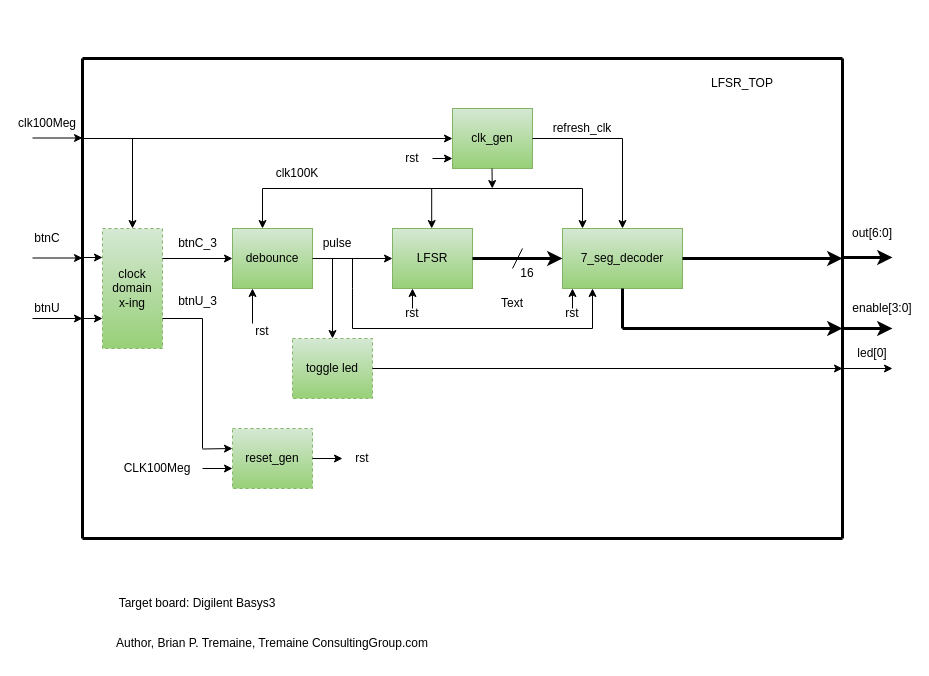
Earlier version of the draw.io diagram LFSR_2022_2/LFSR_Project_Diagram.drawio (Btremaine/Basys_3_LFSR). Source tidied: cells renumbered, new cells numbered last; positions are measured from the earlier drawing's top-left corner, leaving out a move shared by most shapes. Both pictures are drawn from the tidied source at 100%, with x=0, y=0 at pixel (22, 58).
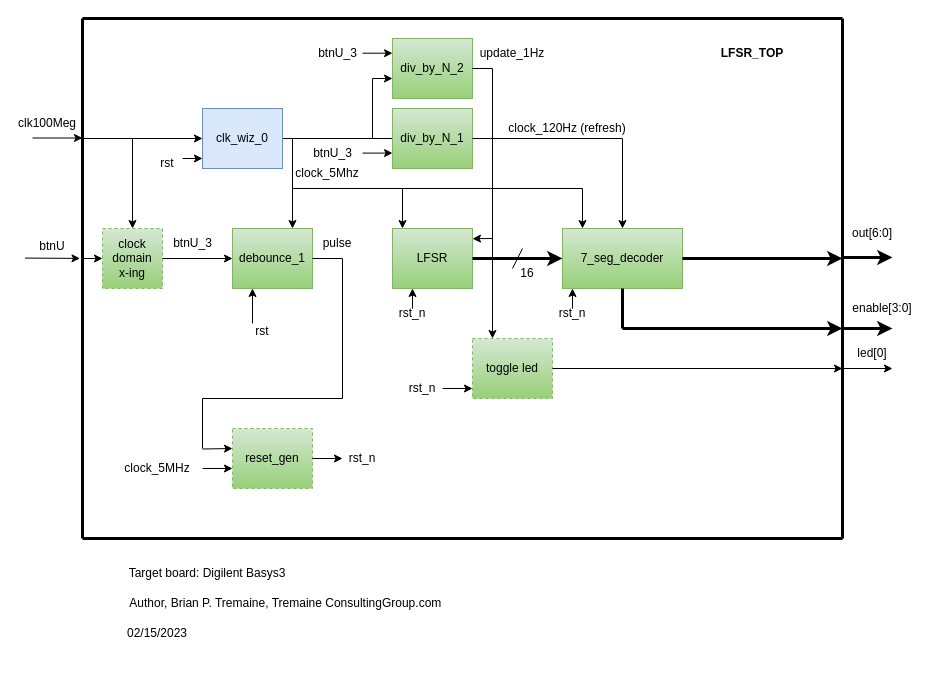
Above is the later version.

Unchanged cells that the change refers to:
```xml
<mxCell id="3" value="LFSR" style="rounded=0;whiteSpace=wrap;html=1;fillColor=#d5e8d4;strokeColor=#82b366;gradientColor=#97d077;" parent="1" vertex="1">
  <mxGeometry x="370" y="170" width="80" height="60" as="geometry" />
</mxCell>
<mxCell id="4" value="7_seg_decoder" style="rounded=0;whiteSpace=wrap;html=1;fillColor=#d5e8d4;strokeColor=#82b366;gradientColor=#97d077;" parent="1" vertex="1">
  <mxGeometry x="540" y="170" width="120" height="60" as="geometry" />
</mxCell>
```

The edit, as a diff of the source:
```diff
@@
-    <mxCell id="2" value="debounce" style="rounded=0;whiteSpace=wrap;html=1;fillColor=#d5e8d4;strokeColor=#82b366;gradientColor=#97d077;" parent="1" vertex="1">
+    <mxCell id="2" value="debounce_1" style="rounded=0;whiteSpace=wrap;html=1;fillColor=#d5e8d4;strokeColor=#82b366;gradientColor=#97d077;" parent="1" vertex="1">
       <mxGeometry x="210" y="170" width="80" height="60" as="geometry" />
     </mxCell>
@@
     <mxCell id="6" style="endArrow=none;html=1;rounded=0;strokeWidth=3;" parent="1" edge="1">
       <mxGeometry relative="1" as="geometry">
-        <mxPoint x="60" as="sourcePoint" />
-        <mxPoint x="820" as="targetPoint" />
+        <mxPoint x="60" y="-40" as="sourcePoint" />
+        <mxPoint x="820" y="-40" as="targetPoint" />
       </mxGeometry>
     </mxCell>
@@
     <mxCell id="8" style="endArrow=none;html=1;rounded=0;strokeWidth=3;" parent="1" edge="1">
       <mxGeometry relative="1" as="geometry">
-        <mxPoint x="60" as="sourcePoint" />
+        <mxPoint x="60" y="-40" as="sourcePoint" />
         <mxPoint x="60" y="480" as="targetPoint" />
       </mxGeometry>
     </mxCell>
     <mxCell id="9" style="endArrow=none;html=1;rounded=0;strokeWidth=3;" parent="1" edge="1">
       <mxGeometry relative="1" as="geometry">
-        <mxPoint x="820" as="sourcePoint" />
+        <mxPoint x="820" y="-40" as="sourcePoint" />
         <mxPoint x="820" y="480" as="targetPoint" />
       </mxGeometry>
     </mxCell>
@@
-    <mxCell id="11" style="endArrow=classic;html=1;rounded=0;exitX=1;exitY=0.5;exitDx=0;exitDy=0;" parent="1" edge="1">
-      <mxGeometry relative="1" as="geometry">
-        <mxPoint x="10" y="199.5" as="sourcePoint" />
-        <mxPoint x="60" y="199.5" as="targetPoint" />
-      </mxGeometry>
-    </mxCell>
@@
-    <mxCell id="13" value="rst" style="text;html=1;strokeColor=none;fillColor=none;align=center;verticalAlign=middle;whiteSpace=wrap;rounded=0;" parent="1" vertex="1">
+    <mxCell id="13" value="rst_n" style="text;html=1;strokeColor=none;fillColor=none;align=center;verticalAlign=middle;whiteSpace=wrap;rounded=0;" parent="1" vertex="1">
       <mxGeometry x="320" y="390" width="40" height="20" as="geometry" />
     </mxCell>
-    <mxCell id="14" value="btnC" style="text;html=1;strokeColor=none;fillColor=none;align=center;verticalAlign=middle;whiteSpace=wrap;rounded=0;" parent="1" vertex="1">
-      <mxGeometry y="170" width="50" height="20" as="geometry" />
-    </mxCell>
-    <mxCell id="15" value="LFSR_TOP" style="text;html=1;strokeColor=none;fillColor=none;align=center;verticalAlign=middle;whiteSpace=wrap;rounded=0;" parent="1" vertex="1">
-      <mxGeometry x="690" y="10" width="60" height="30" as="geometry" />
+    <mxCell id="15" value="&lt;b&gt;LFSR_TOP&lt;/b&gt;" style="text;html=1;strokeColor=none;fillColor=none;align=center;verticalAlign=middle;whiteSpace=wrap;rounded=0;" parent="1" vertex="1">
+      <mxGeometry x="700" y="-20" width="60" height="30" as="geometry" />
     </mxCell>
     <mxCell id="16" value="Target board: Digilent Basys3" style="text;html=1;strokeColor=none;fillColor=none;align=center;verticalAlign=middle;whiteSpace=wrap;rounded=0;" parent="1" vertex="1">
-      <mxGeometry x="90" y="530" width="170" height="30" as="geometry" />
+      <mxGeometry x="100" y="500" width="170" height="30" as="geometry" />
     </mxCell>
     <mxCell id="17" value="toggle led" style="rounded=0;whiteSpace=wrap;html=1;dashed=1;fillColor=#d5e8d4;strokeColor=#82b366;gradientColor=#97d077;" parent="1" vertex="1">
-      <mxGeometry x="270" y="280" width="80" height="60" as="geometry" />
+      <mxGeometry x="450" y="280" width="80" height="60" as="geometry" />
     </mxCell>
-    <mxCell id="18" style="endArrow=classic;html=1;rounded=0;strokeWidth=1;exitX=1;exitY=0.5;exitDx=0;exitDy=0;entryX=0;entryY=0.5;entryDx=0;entryDy=0;" parent="1" edge="1" source="2" target="3">
-      <mxGeometry relative="1" as="geometry" />
-    </mxCell>
-    <mxCell id="19" style="endArrow=classic;html=1;rounded=0;strokeWidth=1;entryX=0.5;entryY=0;entryDx=0;entryDy=0;" parent="1" edge="1" target="17">
-      <mxGeometry relative="1" as="geometry">
-        <mxPoint x="310" y="200" as="sourcePoint" />
-      </mxGeometry>
-    </mxCell>
@@
     <mxCell id="31" value="btnU" style="text;html=1;strokeColor=none;fillColor=none;align=center;verticalAlign=middle;whiteSpace=wrap;rounded=0;" parent="1" vertex="1">
-      <mxGeometry x="5" y="242.5" width="40" height="15" as="geometry" />
+      <mxGeometry x="10" y="180" width="40" height="15" as="geometry" />
     </mxCell>
-    <mxCell id="32" style="endArrow=classic;html=1;rounded=0;strokeWidth=1;entryX=0.25;entryY=1;entryDx=0;entryDy=0;" parent="1" edge="1" target="4">
-      <mxGeometry relative="1" as="geometry">
-        <mxPoint x="570" y="270" as="sourcePoint" />
-      </mxGeometry>
-    </mxCell>
-    <mxCell id="33" style="endArrow=none;html=1;rounded=0;strokeWidth=1;" parent="1" edge="1">
-      <mxGeometry relative="1" as="geometry">
-        <mxPoint x="330" y="270" as="sourcePoint" />
-        <mxPoint x="570" y="270" as="targetPoint" />
-      </mxGeometry>
-    </mxCell>
-    <mxCell id="34" style="endArrow=none;html=1;rounded=0;strokeWidth=1;" parent="1" edge="1">
-      <mxGeometry relative="1" as="geometry">
-        <mxPoint x="330" y="270" as="sourcePoint" />
-        <mxPoint x="330" y="200" as="targetPoint" />
-        <Array as="points">
-          <mxPoint x="330" y="230" />
-        </Array>
-      </mxGeometry>
-    </mxCell>
-    <mxCell id="35" value="clk_gen" style="rounded=0;whiteSpace=wrap;html=1;fillColor=#d5e8d4;strokeColor=#82b366;gradientColor=#97d077;" parent="1" vertex="1">
-      <mxGeometry x="430" y="50" width="80" height="60" as="geometry" />
-    </mxCell>
@@
-    <mxCell id="38" style="endArrow=none;html=1;rounded=0;strokeWidth=1;exitX=1;exitY=0.5;exitDx=0;exitDy=0;" parent="1" edge="1" source="35">
-      <mxGeometry relative="1" as="geometry">
-        <mxPoint x="600" y="80" as="targetPoint" />
-      </mxGeometry>
+    <mxCell id="38" style="endArrow=none;html=1;rounded=0;strokeWidth=1;exitX=1;exitY=0.5;exitDx=0;exitDy=0;entryX=0;entryY=0.5;entryDx=0;entryDy=0;" parent="1" edge="1" source="35" target="75">
+      <mxGeometry relative="1" as="geometry" />
     </mxCell>
@@
     <mxCell id="41" value="clock&lt;br&gt;domain&lt;br&gt;x-ing" style="rounded=0;whiteSpace=wrap;html=1;dashed=1;fillColor=#d5e8d4;strokeColor=#82b366;gradientColor=#97d077;" parent="1" vertex="1">
-      <mxGeometry x="80" y="170" width="60" height="120" as="geometry" />
+      <mxGeometry x="80" y="170" width="60" height="60" as="geometry" />
     </mxCell>
-    <mxCell id="42" style="endArrow=classic;html=1;rounded=0;strokeWidth=1;exitX=1;exitY=0.25;exitDx=0;exitDy=0;entryX=0;entryY=0.5;entryDx=0;entryDy=0;" parent="1" edge="1" source="41" target="2">
+    <mxCell id="42" style="endArrow=classic;html=1;rounded=0;strokeWidth=1;entryX=0;entryY=0.5;entryDx=0;entryDy=0;exitX=1;exitY=0.5;exitDx=0;exitDy=0;" parent="1" edge="1" source="41" target="2">
       <mxGeometry relative="1" as="geometry" />
     </mxCell>
-    <mxCell id="43" style="endArrow=classic;html=1;rounded=0;strokeWidth=1;exitX=1;exitY=0.5;exitDx=0;exitDy=0;" parent="1" edge="1">
-      <mxGeometry relative="1" as="geometry">
-        <mxPoint x="60" y="199" as="sourcePoint" />
-        <mxPoint x="80" y="199" as="targetPoint" />
-      </mxGeometry>
-    </mxCell>
@@
-    <mxCell id="45" value="CLK100Meg" style="text;html=1;strokeColor=none;fillColor=none;align=center;verticalAlign=middle;whiteSpace=wrap;rounded=0;dashed=1;" parent="1" vertex="1">
+    <mxCell id="45" value="clock_5MHz" style="text;html=1;strokeColor=none;fillColor=none;align=center;verticalAlign=middle;whiteSpace=wrap;rounded=0;dashed=1;" parent="1" vertex="1">
       <mxGeometry x="120" y="400" width="30" height="20" as="geometry" />
     </mxCell>
@@
-    <mxCell id="50" value="clk100K" style="text;html=1;strokeColor=none;fillColor=none;align=center;verticalAlign=middle;whiteSpace=wrap;rounded=0;dashed=1;" parent="1" vertex="1">
-      <mxGeometry x="230" y="110" width="90" height="10" as="geometry" />
-    </mxCell>
-    <mxCell id="51" value="refresh_clk" style="text;html=1;strokeColor=none;fillColor=none;align=center;verticalAlign=middle;whiteSpace=wrap;rounded=0;dashed=1;" parent="1" vertex="1">
-      <mxGeometry x="540" y="65" width="40" height="10" as="geometry" />
-    </mxCell>
-    <mxCell id="52" style="endArrow=classic;html=1;rounded=0;strokeWidth=1;" parent="1" edge="1">
-      <mxGeometry relative="1" as="geometry">
-        <mxPoint x="469.5" y="110" as="sourcePoint" />
-        <mxPoint x="469.8" y="130" as="targetPoint" />
-      </mxGeometry>
-    </mxCell>
-    <mxCell id="53" style="endArrow=classic;html=1;rounded=0;" parent="1" edge="1">
+    <mxCell id="53" style="endArrow=classic;html=1;rounded=0;exitX=1;exitY=0;exitDx=0;exitDy=0;startArrow=none;" parent="1" edge="1" source="35">
       <mxGeometry relative="1" as="geometry">
-        <mxPoint x="410" y="100" as="sourcePoint" />
-        <mxPoint x="430" y="100" as="targetPoint" />
+        <mxPoint x="200" y="100" as="targetPoint" />
       </mxGeometry>
     </mxCell>
     <mxCell id="54" value="rst" style="text;html=1;strokeColor=none;fillColor=none;align=center;verticalAlign=middle;whiteSpace=wrap;rounded=0;" parent="1" vertex="1">
-      <mxGeometry x="370" y="90" width="40" height="20" as="geometry" />
+      <mxGeometry x="130" y="100" width="30" height="10" as="geometry" />
     </mxCell>
@@
-    <mxCell id="58" value="rst" style="text;html=1;strokeColor=none;fillColor=none;align=center;verticalAlign=middle;whiteSpace=wrap;rounded=0;" parent="1" vertex="1">
+    <mxCell id="58" value="rst_n" style="text;html=1;strokeColor=none;fillColor=none;align=center;verticalAlign=middle;whiteSpace=wrap;rounded=0;" parent="1" vertex="1">
       <mxGeometry x="370" y="245" width="40" height="20" as="geometry" />
     </mxCell>
@@
-    <mxCell id="60" value="rst" style="text;html=1;strokeColor=none;fillColor=none;align=center;verticalAlign=middle;whiteSpace=wrap;rounded=0;" parent="1" vertex="1">
+    <mxCell id="60" value="rst_n" style="text;html=1;strokeColor=none;fillColor=none;align=center;verticalAlign=middle;whiteSpace=wrap;rounded=0;" parent="1" vertex="1">
       <mxGeometry x="530" y="245" width="40" height="20" as="geometry" />
     </mxCell>
-    <mxCell id="61" value="Text" style="text;html=1;strokeColor=none;fillColor=none;align=center;verticalAlign=middle;whiteSpace=wrap;rounded=0;" parent="1" vertex="1">
-      <mxGeometry x="460" y="230" width="60" height="30" as="geometry" />
-    </mxCell>
-    <mxCell id="62" value="btnC_3" style="text;html=1;align=center;verticalAlign=middle;strokeColor=none;fillColor=none;" parent="1" vertex="1">
-      <mxGeometry x="145" y="170" width="60" height="30" as="geometry" />
-    </mxCell>
     <mxCell id="63" style="endArrow=classic;html=1;rounded=0;exitX=1;exitY=0.5;exitDx=0;exitDy=0;" parent="1" edge="1">
       <mxGeometry relative="1" as="geometry">
-        <mxPoint x="10" y="260" as="sourcePoint" />
-        <mxPoint x="60" y="260" as="targetPoint" />
+        <mxPoint x="2.5" y="199.6" as="sourcePoint" />
+        <mxPoint x="57.5" y="199.9" as="targetPoint" />
       </mxGeometry>
     </mxCell>
-    <mxCell id="64" style="endArrow=classic;html=1;rounded=0;strokeWidth=1;entryX=0;entryY=0.75;entryDx=0;entryDy=0;" parent="1" edge="1" target="41">
+    <mxCell id="64" style="endArrow=classic;html=1;rounded=0;strokeWidth=1;entryX=0;entryY=0.5;entryDx=0;entryDy=0;" parent="1" edge="1" target="41">
       <mxGeometry relative="1" as="geometry">
-        <mxPoint x="60" y="260" as="sourcePoint" />
+        <mxPoint x="60" y="200" as="sourcePoint" />
       </mxGeometry>
     </mxCell>
-    <mxCell id="65" style="endArrow=none;html=1;rounded=0;exitX=1;exitY=0.75;exitDx=0;exitDy=0;" parent="1" edge="1" source="41">
-      <mxGeometry relative="1" as="geometry">
-        <mxPoint x="180" y="260" as="targetPoint" />
-      </mxGeometry>
-    </mxCell>
     <mxCell id="66" value="btnU_3" style="text;html=1;align=center;verticalAlign=middle;strokeColor=none;fillColor=none;" parent="1" vertex="1">
-      <mxGeometry x="145" y="227.5" width="60" height="30" as="geometry" />
+      <mxGeometry x="140" y="170" width="60" height="30" as="geometry" />
     </mxCell>
-    <mxCell id="67" style="endArrow=none;html=1;rounded=0;" parent="1" edge="1">
-      <mxGeometry relative="1" as="geometry">
-        <mxPoint x="180" y="390" as="sourcePoint" />
-        <mxPoint x="180" y="260" as="targetPoint" />
-      </mxGeometry>
-    </mxCell>
@@
-    <mxCell id="69" style="endArrow=classic;html=1;rounded=0;entryX=0.375;entryY=0;entryDx=0;entryDy=0;entryPerimeter=0;" parent="1" edge="1" target="2">
+    <mxCell id="69" style="endArrow=classic;html=1;rounded=0;entryX=0.75;entryY=0;entryDx=0;entryDy=0;" parent="1" edge="1" target="2">
       <mxGeometry relative="1" as="geometry">
-        <mxPoint x="240" y="130" as="sourcePoint" />
+        <mxPoint x="270" y="80" as="sourcePoint" />
       </mxGeometry>
     </mxCell>
-    <mxCell id="70" style="edgeStyle=orthogonalEdgeStyle;rounded=0;orthogonalLoop=1;jettySize=auto;html=1;exitX=0.5;exitY=1;exitDx=0;exitDy=0;" parent="1" edge="1" source="50" target="50">
-      <mxGeometry relative="1" as="geometry" />
+    <mxCell id="70" style="edgeStyle=orthogonalEdgeStyle;rounded=0;orthogonalLoop=1;jettySize=auto;html=1;exitX=0.5;exitY=1;exitDx=0;exitDy=0;" parent="1" edge="1">
+      <mxGeometry relative="1" as="geometry">
+        <mxPoint x="575" y="30" as="sourcePoint" />
+        <mxPoint x="575" y="30" as="targetPoint" />
+      </mxGeometry>
     </mxCell>
-    <mxCell id="71" style="endArrow=none;html=1;rounded=0;" parent="1" edge="1">
-      <mxGeometry relative="1" as="geometry">
-        <mxPoint x="240" y="130" as="sourcePoint" />
-        <mxPoint x="560" y="130" as="targetPoint" />
-      </mxGeometry>
-    </mxCell>
     <mxCell id="72" style="endArrow=classic;html=1;rounded=0;entryX=0.375;entryY=0;entryDx=0;entryDy=0;entryPerimeter=0;" parent="1" edge="1">
       <mxGeometry relative="1" as="geometry">
-        <mxPoint x="409.2" y="130" as="sourcePoint" />
-        <mxPoint x="409.2" y="170" as="targetPoint" />
+        <mxPoint x="380" y="130" as="sourcePoint" />
+        <mxPoint x="380" y="170" as="targetPoint" />
       </mxGeometry>
     </mxCell>
-    <mxCell id="73" value="Author, Brian P. Tremaine, Tremaine ConsultingGroup.com" style="text;html=1;strokeColor=none;fillColor=none;align=center;verticalAlign=middle;whiteSpace=wrap;rounded=0;" parent="1" vertex="1">
-      <mxGeometry x="90" y="570" width="320" height="30" as="geometry" />
+    <mxCell id="73" value="Author, Brian P. Tremaine, Tremaine ConsultingGroup.com&amp;nbsp;" style="text;html=1;strokeColor=none;fillColor=none;align=center;verticalAlign=middle;whiteSpace=wrap;rounded=0;" parent="1" vertex="1">
+      <mxGeometry x="100" y="530" width="330" height="30" as="geometry" />
     </mxCell>
+    <mxCell id="35" value="clk_wiz_0" style="rounded=0;whiteSpace=wrap;html=1;fillColor=#dae8fc;strokeColor=#6c8ebf;" parent="1" vertex="1">
+      <mxGeometry x="180" y="50" width="80" height="60" as="geometry" />
+    </mxCell>
+    <mxCell id="74" style="endArrow=classic;html=1;rounded=0;exitX=1;exitY=0;exitDx=0;exitDy=0;entryX=0;entryY=0.833;entryDx=0;entryDy=0;entryPerimeter=0;" parent="1" edge="1" source="54" target="35">
+      <mxGeometry relative="1" as="geometry" />
+    </mxCell>
+    <mxCell id="75" value="div_by_N_1" style="rounded=0;whiteSpace=wrap;html=1;fillColor=#d5e8d4;strokeColor=#82b366;gradientColor=#97d077;" parent="1" vertex="1">
+      <mxGeometry x="370" y="50" width="80" height="60" as="geometry" />
+    </mxCell>
+    <mxCell id="76" value="clock_120Hz (refresh)" style="text;html=1;strokeColor=none;fillColor=none;align=center;verticalAlign=middle;whiteSpace=wrap;rounded=0;dashed=1;" parent="1" vertex="1">
+      <mxGeometry x="480" y="65" width="130" height="10" as="geometry" />
+    </mxCell>
+    <mxCell id="77" value="btnU_3" style="text;html=1;align=center;verticalAlign=middle;strokeColor=none;fillColor=none;" parent="1" vertex="1">
+      <mxGeometry x="280" y="80" width="60" height="30" as="geometry" />
+    </mxCell>
+    <mxCell id="78" style="endArrow=classic;html=1;rounded=0;strokeWidth=1;entryX=0;entryY=0.5;entryDx=0;entryDy=0;" parent="1" edge="1">
+      <mxGeometry relative="1" as="geometry">
+        <mxPoint x="340" y="94.6" as="sourcePoint" />
+        <mxPoint x="370" y="94.6" as="targetPoint" />
+      </mxGeometry>
+    </mxCell>
+    <mxCell id="79" style="endArrow=none;html=1;rounded=0;" parent="1" edge="1">
+      <mxGeometry relative="1" as="geometry">
+        <mxPoint x="270" y="130" as="sourcePoint" />
+        <mxPoint x="380" y="130" as="targetPoint" />
+      </mxGeometry>
+    </mxCell>
+    <mxCell id="80" style="endArrow=none;html=1;rounded=0;exitX=1;exitY=0.5;exitDx=0;exitDy=0;" parent="1" edge="1" source="75">
+      <mxGeometry relative="1" as="geometry">
+        <mxPoint x="600" y="80" as="targetPoint" />
+      </mxGeometry>
+    </mxCell>
+    <mxCell id="81" style="endArrow=none;html=1;rounded=0;" parent="1" edge="1">
+      <mxGeometry relative="1" as="geometry">
+        <mxPoint x="380" y="130" as="sourcePoint" />
+        <mxPoint x="560" y="130" as="targetPoint" />
+      </mxGeometry>
+    </mxCell>
+    <mxCell id="82" value="div_by_N_2" style="rounded=0;whiteSpace=wrap;html=1;fillColor=#d5e8d4;strokeColor=#82b366;gradientColor=#97d077;" parent="1" vertex="1">
+      <mxGeometry x="370" y="-20" width="80" height="60" as="geometry" />
+    </mxCell>
+    <mxCell id="83" style="endArrow=classic;html=1;rounded=0;strokeWidth=1;entryX=0;entryY=0.5;entryDx=0;entryDy=0;" parent="1" edge="1">
+      <mxGeometry relative="1" as="geometry">
+        <mxPoint x="340" y="-5.3" as="sourcePoint" />
+        <mxPoint x="370" y="-5.3" as="targetPoint" />
+      </mxGeometry>
+    </mxCell>
+    <mxCell id="84" value="btnU_3" style="text;html=1;align=center;verticalAlign=middle;strokeColor=none;fillColor=none;" parent="1" vertex="1">
+      <mxGeometry x="285" y="-20" width="60" height="30" as="geometry" />
+    </mxCell>
+    <mxCell id="85" style="endArrow=classic;html=1;rounded=0;strokeWidth=1;entryX=0;entryY=0.5;entryDx=0;entryDy=0;" parent="1" edge="1">
+      <mxGeometry relative="1" as="geometry">
+        <mxPoint x="350" y="20" as="sourcePoint" />
+        <mxPoint x="370" y="20" as="targetPoint" />
+      </mxGeometry>
+    </mxCell>
+    <mxCell id="86" style="endArrow=none;html=1;rounded=0;" parent="1" edge="1">
+      <mxGeometry relative="1" as="geometry">
+        <mxPoint x="350" y="80" as="sourcePoint" />
+        <mxPoint x="350" y="20" as="targetPoint" />
+      </mxGeometry>
+    </mxCell>
+    <mxCell id="87" value="clock_5Mhz" style="text;html=1;strokeColor=none;fillColor=none;align=center;verticalAlign=middle;whiteSpace=wrap;rounded=0;dashed=1;" parent="1" vertex="1">
+      <mxGeometry x="285" y="110" width="40" height="10" as="geometry" />
+    </mxCell>
+    <mxCell id="88" style="endArrow=classic;html=1;rounded=0;entryX=1;entryY=0.17;entryDx=0;entryDy=0;entryPerimeter=0;" parent="1" edge="1" target="3">
+      <mxGeometry relative="1" as="geometry">
+        <mxPoint x="470" y="180" as="sourcePoint" />
+      </mxGeometry>
+    </mxCell>
+    <mxCell id="89" style="endArrow=none;html=1;rounded=0;" parent="1" edge="1">
+      <mxGeometry relative="1" as="geometry">
+        <mxPoint x="470" y="180" as="sourcePoint" />
+        <mxPoint x="470" y="10" as="targetPoint" />
+      </mxGeometry>
+    </mxCell>
+    <mxCell id="90" style="endArrow=none;html=1;rounded=0;exitX=1;exitY=0.5;exitDx=0;exitDy=0;" parent="1" edge="1" source="82">
+      <mxGeometry relative="1" as="geometry">
+        <mxPoint x="470" y="10" as="targetPoint" />
+      </mxGeometry>
+    </mxCell>
+    <mxCell id="91" value="update_1Hz" style="text;html=1;strokeColor=none;fillColor=none;align=center;verticalAlign=middle;whiteSpace=wrap;rounded=0;dashed=1;" parent="1" vertex="1">
+      <mxGeometry x="470" y="-10" width="40" height="10" as="geometry" />
+    </mxCell>
+    <mxCell id="92" style="endArrow=none;html=1;rounded=0;" parent="1" edge="1">
+      <mxGeometry relative="1" as="geometry">
+        <mxPoint x="180" y="390" as="sourcePoint" />
+        <mxPoint x="180" y="340" as="targetPoint" />
+      </mxGeometry>
+    </mxCell>
+    <mxCell id="93" style="endArrow=none;html=1;rounded=0;exitX=1;exitY=0.5;exitDx=0;exitDy=0;" parent="1" edge="1" source="2">
+      <mxGeometry relative="1" as="geometry">
+        <mxPoint x="320" y="200" as="targetPoint" />
+      </mxGeometry>
+    </mxCell>
+    <mxCell id="94" style="endArrow=none;html=1;rounded=0;exitX=1;exitY=0.5;exitDx=0;exitDy=0;" parent="1" edge="1">
+      <mxGeometry relative="1" as="geometry">
+        <mxPoint x="180" y="340" as="sourcePoint" />
+        <mxPoint x="320" y="340" as="targetPoint" />
+      </mxGeometry>
+    </mxCell>
+    <mxCell id="95" style="endArrow=none;html=1;rounded=0;" parent="1" edge="1">
+      <mxGeometry relative="1" as="geometry">
+        <mxPoint x="320" y="340" as="sourcePoint" />
+        <mxPoint x="320" y="200" as="targetPoint" />
+      </mxGeometry>
+    </mxCell>
+    <mxCell id="96" style="endArrow=classic;html=1;rounded=0;" parent="1" edge="1">
+      <mxGeometry relative="1" as="geometry">
+        <mxPoint x="420" y="330" as="sourcePoint" />
+        <mxPoint x="450" y="330" as="targetPoint" />
+      </mxGeometry>
+    </mxCell>
+    <mxCell id="97" value="rst_n" style="text;html=1;strokeColor=none;fillColor=none;align=center;verticalAlign=middle;whiteSpace=wrap;rounded=0;" parent="1" vertex="1">
+      <mxGeometry x="380" y="320" width="40" height="20" as="geometry" />
+    </mxCell>
+    <mxCell id="98" style="endArrow=classic;html=1;rounded=0;entryX=0.25;entryY=0;entryDx=0;entryDy=0;" parent="1" edge="1" target="17">
+      <mxGeometry relative="1" as="geometry">
+        <mxPoint x="470" y="180" as="sourcePoint" />
+      </mxGeometry>
+    </mxCell>
+    <mxCell id="99" value="02/15/2023" style="text;html=1;strokeColor=none;fillColor=none;align=center;verticalAlign=middle;whiteSpace=wrap;rounded=0;" parent="1" vertex="1">
+      <mxGeometry x="50" y="560" width="170" height="30" as="geometry" />
+    </mxCell>
```
